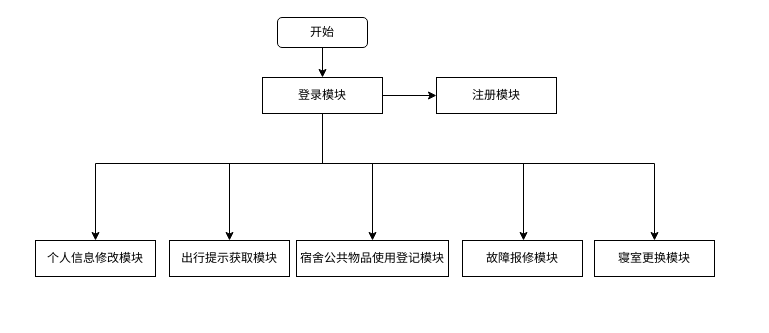
The draw.io diagram pic/模块.drawio in ZYNsama666/Software_engineering, before the edit. Source tidied: cells renumbered, new cells numbered last; positions are measured from the earlier drawing's top-left corner, leaving out a move shared by most shapes. Both pictures are drawn from the tidied source at 100%, with x=0, y=0 at pixel (35, 17).
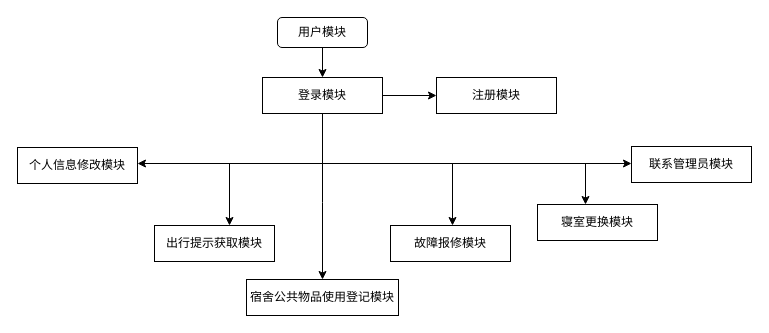
After the change.

Unchanged cells that the change refers to:
```xml
<mxCell id="10" value="登录模块" style="rounded=0;whiteSpace=wrap;html=1;" parent="1" vertex="1">
  <mxGeometry x="227" y="60" width="120" height="36" as="geometry" />
</mxCell>
```

The edit, as a diff of the source:
```diff
@@
-    <mxCell id="3" value="开始" style="rounded=1;whiteSpace=wrap;html=1;" parent="1" vertex="1">
+    <mxCell id="3" value="用户模块" style="rounded=1;whiteSpace=wrap;html=1;" parent="1" vertex="1">
       <mxGeometry x="242" width="90" height="30" as="geometry" />
     </mxCell>
@@
     <mxCell id="7" style="edgeStyle=orthogonalEdgeStyle;rounded=0;jettySize=auto;html=1;" parent="1" edge="1" source="10" target="14">
       <mxGeometry relative="1" as="geometry">
         <Array as="points">
-          <mxPoint x="287" y="146" />
-          <mxPoint x="337" y="146" />
+          <mxPoint x="287" y="185" />
+          <mxPoint x="287" y="185" />
         </Array>
       </mxGeometry>
     </mxCell>
     <mxCell id="8" style="edgeStyle=orthogonalEdgeStyle;rounded=0;jettySize=auto;html=1;" parent="1" edge="1" source="10" target="15">
       <mxGeometry relative="1" as="geometry">
         <Array as="points">
           <mxPoint x="287" y="146" />
-          <mxPoint x="488" y="146" />
+          <mxPoint x="417" y="146" />
         </Array>
       </mxGeometry>
     </mxCell>
     <mxCell id="9" style="edgeStyle=orthogonalEdgeStyle;rounded=0;jettySize=auto;html=1;" parent="1" edge="1" source="10" target="16">
       <mxGeometry relative="1" as="geometry">
         <Array as="points">
           <mxPoint x="287" y="146" />
-          <mxPoint x="619" y="146" />
+          <mxPoint x="550" y="146" />
         </Array>
       </mxGeometry>
     </mxCell>
+    <mxCell id="17" style="edgeStyle=orthogonalEdgeStyle;rounded=0;jettySize=auto;html=1;" parent="1" edge="1" source="10" target="19">
+      <mxGeometry relative="1" as="geometry">
+        <Array as="points">
+          <mxPoint x="287" y="146" />
+        </Array>
+      </mxGeometry>
+    </mxCell>
@@
     <mxCell id="11" value="个人信息修改模块" style="rounded=0;whiteSpace=wrap;html=1;" parent="1" vertex="1">
-      <mxGeometry y="223" width="120" height="36" as="geometry" />
+      <mxGeometry x="-18" y="130" width="120" height="36" as="geometry" />
     </mxCell>
     <mxCell id="12" value="出行提示获取模块" style="rounded=0;whiteSpace=wrap;html=1;" parent="1" vertex="1">
-      <mxGeometry x="134" y="223" width="120" height="36" as="geometry" />
+      <mxGeometry x="119" y="208" width="120" height="36" as="geometry" />
     </mxCell>
@@
     <mxCell id="14" value="宿舍公共物品使用登记模块" style="rounded=0;whiteSpace=wrap;html=1;" parent="1" vertex="1">
-      <mxGeometry x="261" y="223" width="152" height="36" as="geometry" />
+      <mxGeometry x="211" y="262" width="152" height="36" as="geometry" />
     </mxCell>
     <mxCell id="15" value="故障报修模块" style="rounded=0;whiteSpace=wrap;html=1;" parent="1" vertex="1">
-      <mxGeometry x="427" y="223" width="120" height="36" as="geometry" />
+      <mxGeometry x="355" y="208" width="120" height="36" as="geometry" />
     </mxCell>
     <mxCell id="16" value="寝室更换模块" style="rounded=0;whiteSpace=wrap;html=1;" parent="1" vertex="1">
-      <mxGeometry x="559" y="223" width="120" height="36" as="geometry" />
+      <mxGeometry x="502" y="187" width="120" height="36" as="geometry" />
     </mxCell>
+    <mxCell id="18" style="edgeStyle=orthogonalEdgeStyle;rounded=0;orthogonalLoop=1;jettySize=auto;html=1;exitX=0.5;exitY=1;exitDx=0;exitDy=0;" parent="1" edge="1" source="12" target="12">
+      <mxGeometry relative="1" as="geometry" />
+    </mxCell>
+    <mxCell id="19" value="联系管理员模块" style="rounded=0;whiteSpace=wrap;html=1;" parent="1" vertex="1">
+      <mxGeometry x="596" y="129" width="120" height="36" as="geometry" />
+    </mxCell>
```
